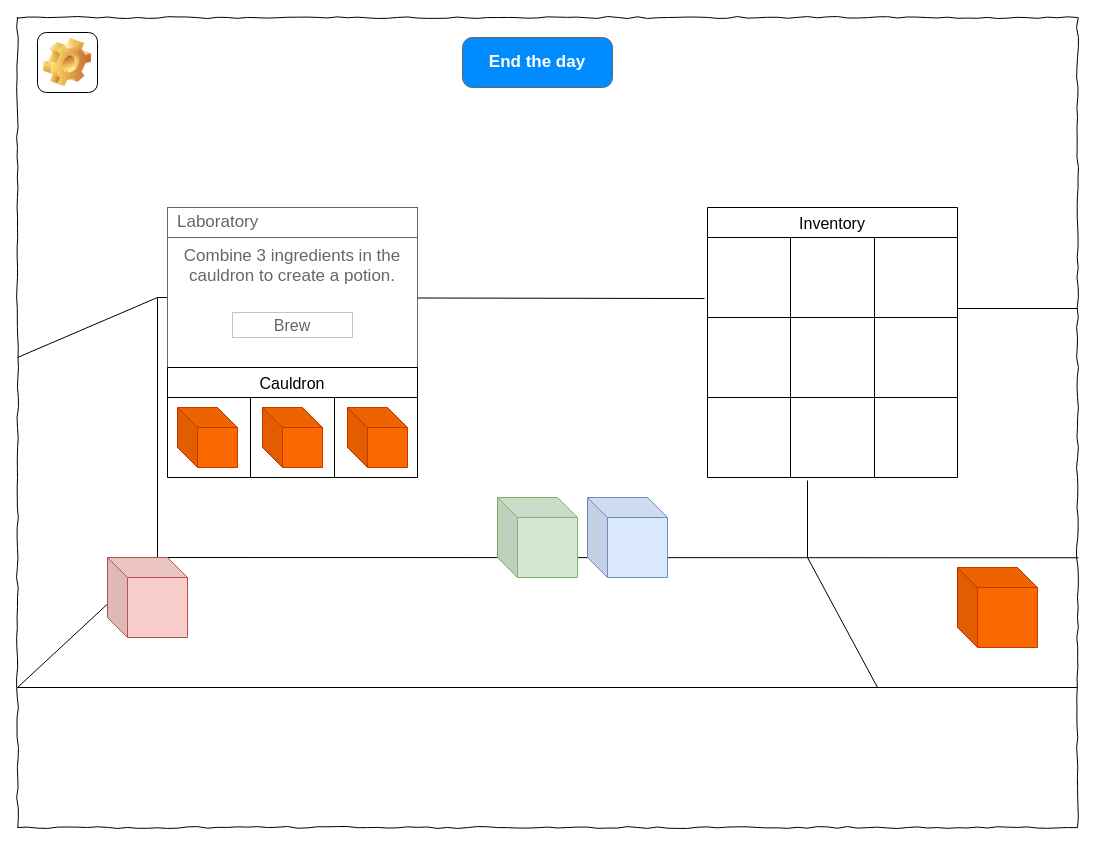
This is Diagrams/Laboratory midway.drawio from ZoraJayKay/User-Interface-Programming-Assessment-2, a draw.io file, before an edit. Source tidied: cells renumbered, new cells numbered last; positions are measured from the earlier drawing's top-left corner, leaving out a move shared by most shapes. Both pictures are drawn from the tidied source at 100%, with x=0, y=0 at pixel (17, 17).
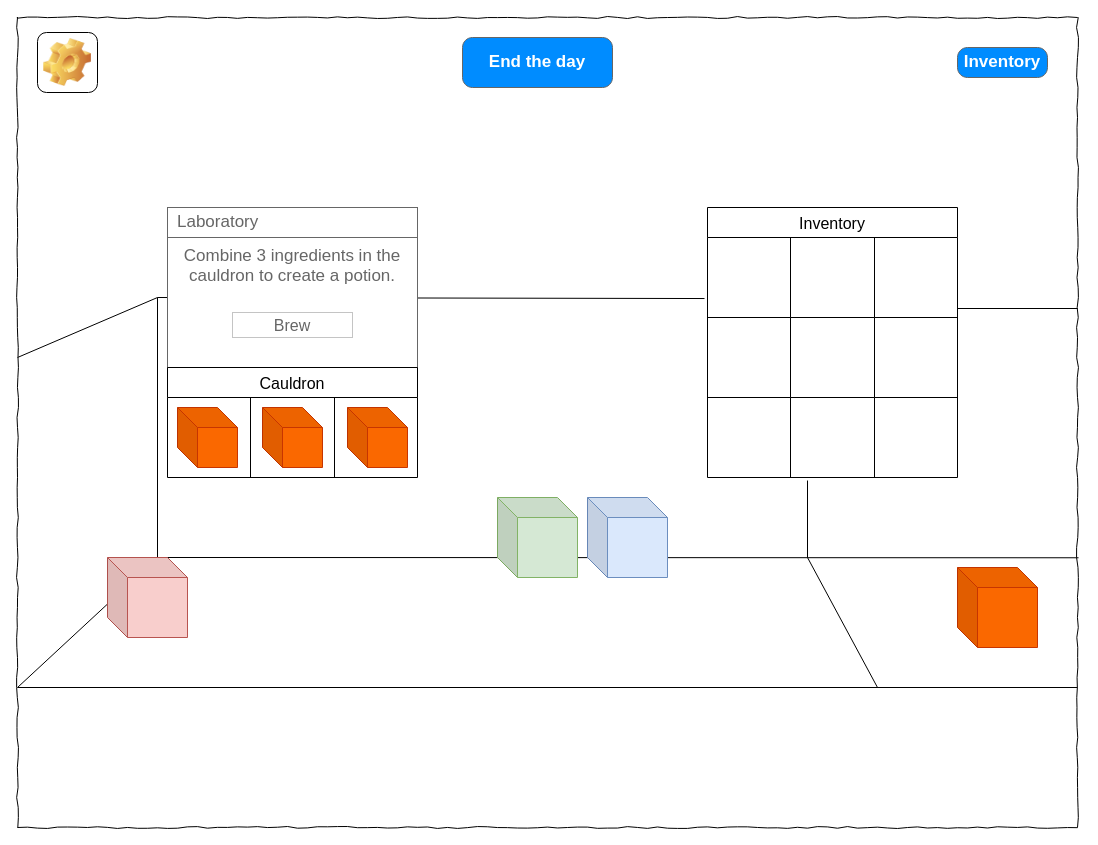
The same diagram, later.

The edit, as a diff of the source:
```diff
@@
+    <mxCell id="42" value="Inventory" style="strokeWidth=1;shadow=0;dashed=0;align=center;html=1;shape=mxgraph.mockup.buttons.button;strokeColor=#666666;fontColor=#ffffff;mainText=;buttonStyle=round;fontSize=17;fontStyle=1;fillColor=#008cff;whiteSpace=wrap;" parent="1" vertex="1">
+      <mxGeometry x="940" y="30" width="90" height="30" as="geometry" />
+    </mxCell>
```
